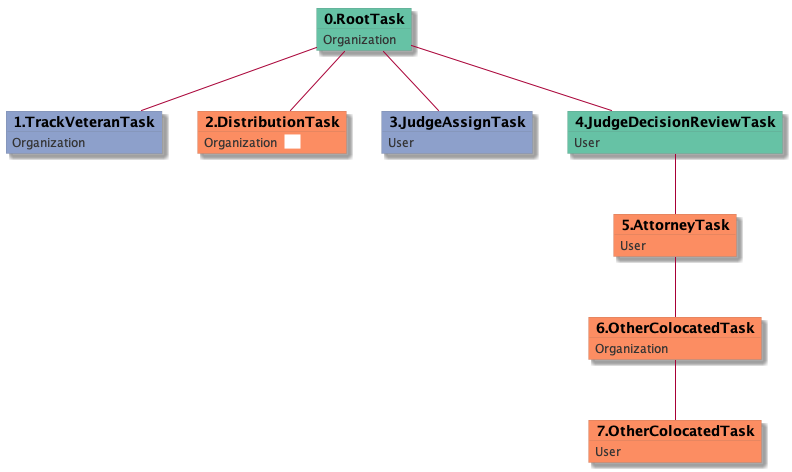
This is docs-DR/uml/DTO-6702.png from yoomlam/graphing, a PlantUML export, as it was before one commit.
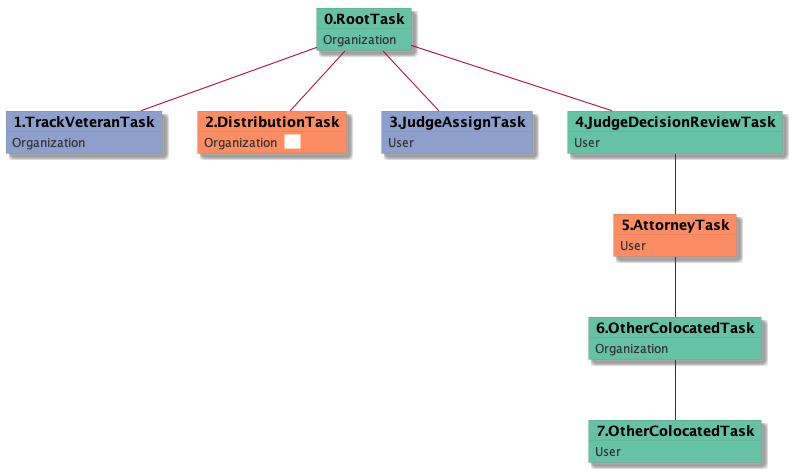
The same diagram one commit later.

The edit, as a diff of the source:
```diff
@@ -25,10 +25,10 @@
   object 5.AttorneyTask #fc8d62 {
 User
 }
-  object 6.OtherColocatedTask #fc8d62 {
+  object 6.OtherColocatedTask #66c2a5 {
 Organization
 }
-  object 7.OtherColocatedTask #fc8d62 {
+  object 7.OtherColocatedTask #66c2a5 {
 User
 }
 0.RootTask -- 1.TrackVeteranTask
```
